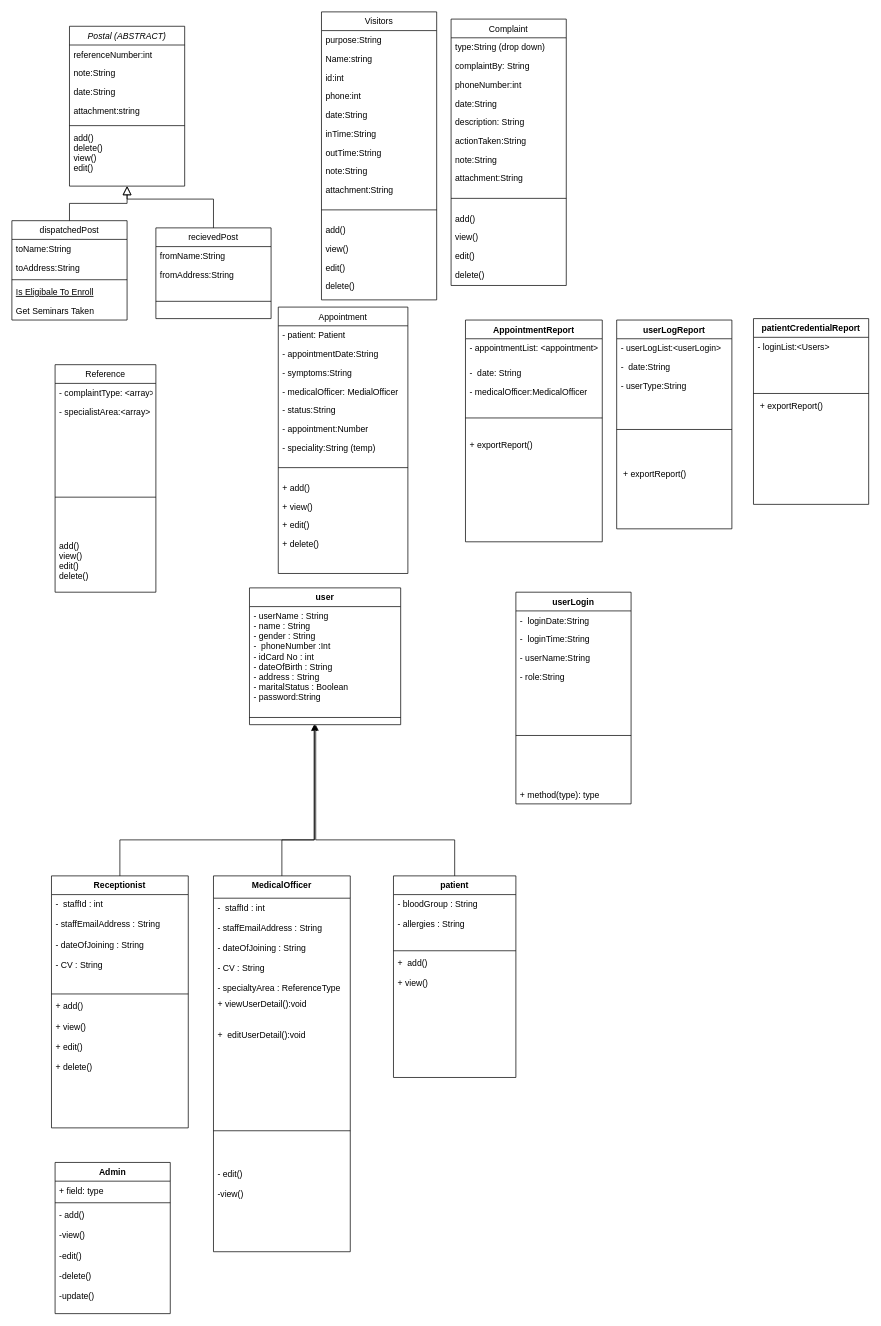
This is class diagram/Untitled Diagram.drawio from sajath-45/hospital-managment-system-Java-Project, a draw.io file, before an edit. Source tidied: cells renumbered, new cells numbered last; positions are measured from the earlier drawing's top-left corner, leaving out a move shared by most shapes. Both pictures are drawn from the tidied source at 72%, with x=0, y=0 at pixel (12, 12).
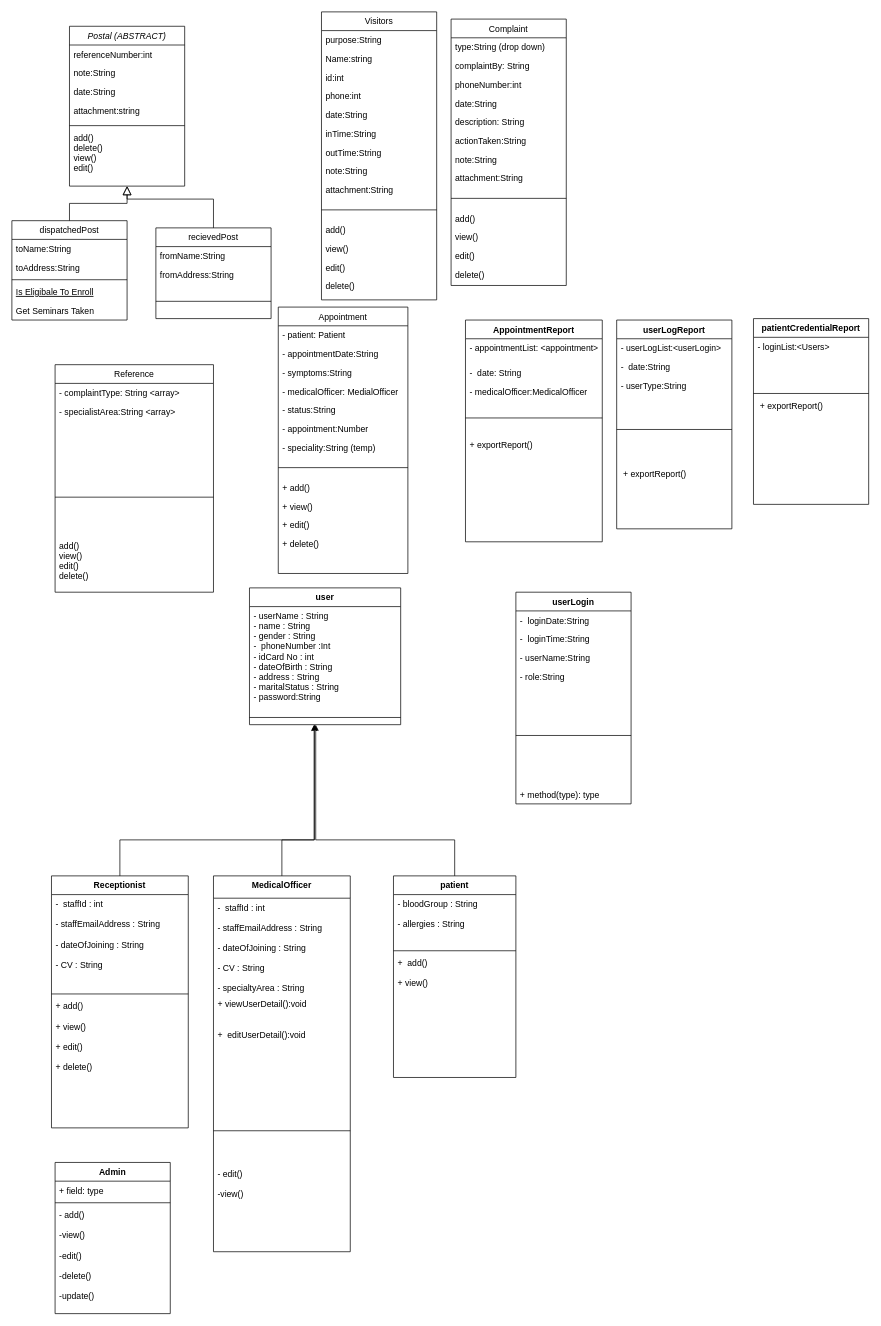
The same diagram, later.

The change refers to these unchanged cells:
```xml
<mxCell id="68" value="user" style="swimlane;fontStyle=1;align=center;verticalAlign=top;horizontal=1;startSize=26;" parent="1" vertex="1">
  <mxGeometry x="330" y="800" width="210" height="190" as="geometry" />
</mxCell>
<mxCell id="77" value="MedicalOfficer" style="swimlane;fontStyle=1;align=center;verticalAlign=top;horizontal=1;startSize=31;" parent="1" vertex="1">
  <mxGeometry x="280" y="1200" width="190" height="522" as="geometry" />
</mxCell>
```

The edit, as a diff of the source:
```diff
@@
     <mxCell id="63" value="Reference" style="swimlane;fontStyle=0;horizontal=1;startSize=26;fillColor=none;" parent="1" vertex="1">
-      <mxGeometry x="60" y="490" width="140" height="316" as="geometry" />
+      <mxGeometry x="60" y="490" width="220" height="316" as="geometry" />
     </mxCell>
-    <mxCell id="64" value="- complaintType: &lt;array&gt;" style="text;strokeColor=none;fillColor=none;align=left;verticalAlign=top;spacingLeft=4;spacingRight=4;overflow=hidden;" parent="63" vertex="1">
-      <mxGeometry y="26" width="140" height="26" as="geometry" />
+    <mxCell id="64" value="- complaintType: String &lt;array&gt;" style="text;strokeColor=none;fillColor=none;align=left;verticalAlign=top;spacingLeft=4;spacingRight=4;overflow=hidden;" parent="63" vertex="1">
+      <mxGeometry y="26" width="220" height="26" as="geometry" />
     </mxCell>
-    <mxCell id="65" value="- specialistArea:&lt;array&gt;" style="text;strokeColor=none;fillColor=none;align=left;verticalAlign=top;spacingLeft=4;spacingRight=4;overflow=hidden;" parent="63" vertex="1">
-      <mxGeometry y="52" width="140" height="78" as="geometry" />
+    <mxCell id="65" value="- specialistArea:String &lt;array&gt;" style="text;strokeColor=none;fillColor=none;align=left;verticalAlign=top;spacingLeft=4;spacingRight=4;overflow=hidden;" parent="63" vertex="1">
+      <mxGeometry y="52" width="220" height="78" as="geometry" />
     </mxCell>
     <mxCell id="66" style="line;strokeWidth=1;fillColor=none;align=left;verticalAlign=middle;spacingTop=-1;spacingLeft=3;spacingRight=3;labelPosition=right;" parent="63" vertex="1">
-      <mxGeometry y="130" width="140" height="108" as="geometry" />
+      <mxGeometry y="130" width="220" height="108" as="geometry" />
     </mxCell>
     <mxCell id="67" value="add()&#10;view()&#10;edit()&#10;delete()" style="text;strokeColor=none;fillColor=none;align=left;verticalAlign=top;spacingLeft=4;spacingRight=4;overflow=hidden;" parent="63" vertex="1">
-      <mxGeometry y="238" width="140" height="78" as="geometry" />
+      <mxGeometry y="238" width="220" height="78" as="geometry" />
     </mxCell>
@@
-    <mxCell id="69" value="- userName : String&#10;- name : String &#10;- gender : String&#10;-  phoneNumber :Int&#10;- idCard No : int&#10;- dateOfBirth : String&#10;- address : String&#10;- maritalStatus : Boolean&#10;- password:String&#10;&#10;" style="text;strokeColor=none;fillColor=none;align=left;verticalAlign=top;spacingLeft=4;spacingRight=4;overflow=hidden;" parent="68" vertex="1">
+    <mxCell id="69" value="- userName : String&#10;- name : String &#10;- gender : String&#10;-  phoneNumber :Int&#10;- idCard No : int&#10;- dateOfBirth : String&#10;- address : String&#10;- maritalStatus : String&#10;- password:String&#10;&#10;" style="text;strokeColor=none;fillColor=none;align=left;verticalAlign=top;spacingLeft=4;spacingRight=4;overflow=hidden;" parent="68" vertex="1">
       <mxGeometry y="26" width="210" height="144" as="geometry" />
     </mxCell>
@@
-    <mxCell id="78" value="-  staffId : int&#10;&#10;- staffEmailAddress : String&#10;&#10;- dateOfJoining : String&#10;&#10;- CV : String&#10;&#10;- specialtyArea : ReferenceType&#10;" style="text;strokeColor=none;fillColor=none;align=left;verticalAlign=top;spacingLeft=4;spacingRight=4;overflow=hidden;" parent="77" vertex="1">
+    <mxCell id="78" value="-  staffId : int&#10;&#10;- staffEmailAddress : String&#10;&#10;- dateOfJoining : String&#10;&#10;- CV : String&#10;&#10;- specialtyArea : String&#10;" style="text;strokeColor=none;fillColor=none;align=left;verticalAlign=top;spacingLeft=4;spacingRight=4;overflow=hidden;" parent="77" vertex="1">
       <mxGeometry y="31" width="190" height="134" as="geometry" />
     </mxCell>
```
